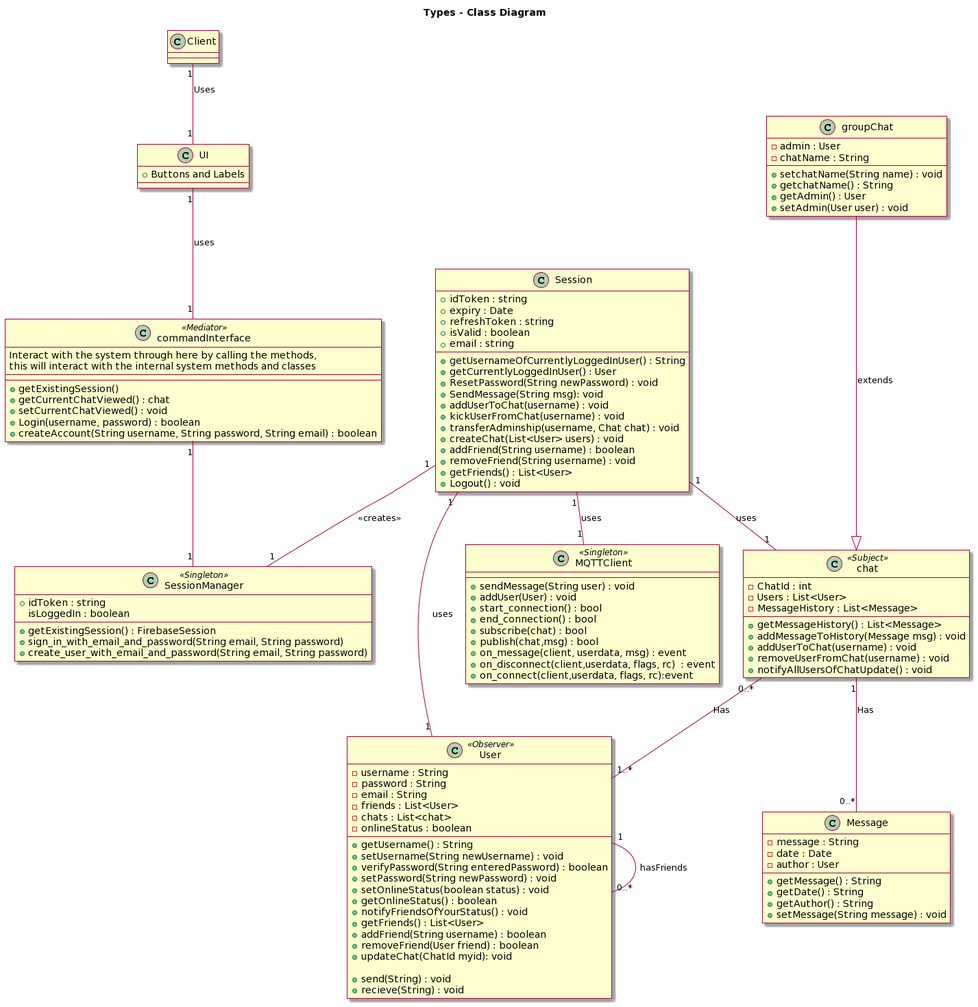
Above: diagrams/out/diagrams/class_diagram/class_diagram.png in UBCO-COSC-310-Winter-2022-T2/the-project-marbl (PlantUML), before the change.
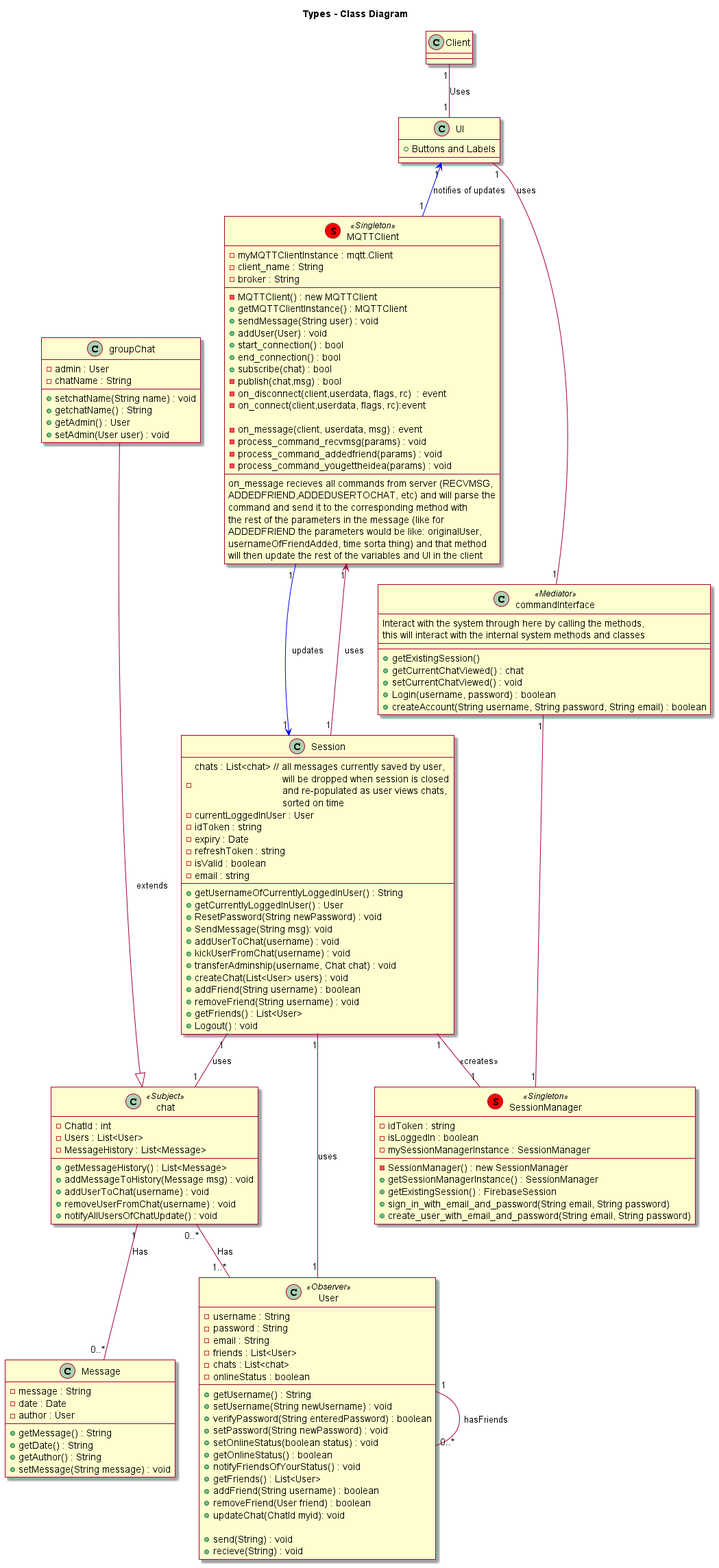
Above is the later version.

Commit message:
outputed new class diagram

What changed in the source:
```diff
@@ -44,18 +44,38 @@
 
 User "1"--"0..*" User : hasFriends
 
-Class MQTTClient <<Singleton>> {
+Class MQTTClient <<(S,red) Singleton>> {
+    -myMQTTClientInstance : mqtt.Client
+    -client_name : String
+    -broker : String
+    --
+    -MQTTClient() : new MQTTClient
+    +getMQTTClientInstance() : MQTTClient
     +sendMessage(String user) : void
     +addUser(User) : void
     +start_connection() : bool
     +end_connection() : bool
     +subscribe(chat) : bool
-    +publish(chat,msg) : bool
-    +on_message(client, userdata, msg) : event
-    +on_disconnect(client,userdata, flags, rc)  : event
-    +on_connect(client,userdata, flags, rc):event
+    -publish(chat,msg) : bool
+    -on_disconnect(client,userdata, flags, rc)  : event
+    -on_connect(client,userdata, flags, rc):event
+
+    -on_message(client, userdata, msg) : event
+    -process_command_recvmsg(params) : void
+    -process_command_addedfriend(params) : void
+    -process_command_yougettheidea(params) : void
+    --
+    on_message recieves all commands from server (RECVMSG,
+    ADDEDFRIEND,ADDEDUSERTOCHAT, etc) and will parse the
+    command and send it to the corresponding method with
+    the rest of the parameters in the message (like for
+    ADDEDFRIEND the parameters would be like: originalUser,
+     usernameOfFriendAdded, time sorta thing) and that method
+     will then update the rest of the variables and UI in the client
 }
 
+MQTTClient "1" -[#blue]-> "1" Session : updates
+UI "1" <-[#blue]- "1" MQTTClient : notifies of updates
 
 Class groupChat {
     -admin : User
@@ -103,11 +123,13 @@
 }
 
 class Session{
-    +idToken : string
-    +expiry : Date
-    +refreshToken : string
-    +isValid : boolean
-    +email : string
+    -chats : List<chat> // all messages currently saved by user, \n\t\t\t\twill be dropped when session is closed\n\t\t\t\tand re-populated as user views chats, \n\t\t\t\tsorted on time
+    -currentLoggedInUser : User
+    -idToken : string
+    -expiry : Date
+    -refreshToken : string
+    -isValid : boolean
+    -email : string
     +getUsernameOfCurrentlyLoggedInUser() : String
     +getCurrentlyLoggedInUser() : User
     +ResetPassword(String newPassword) : void
@@ -122,15 +144,19 @@
     +Logout() : void
 }
 
-class SessionManager <<Singleton>>{
-    +idToken : string
-    isLoggedIn : boolean
+class SessionManager <<(S,red) Singleton>>{
+    -idToken : string
+    -isLoggedIn : boolean
+    -mySessionManagerInstance : SessionManager
+    -SessionManager() : new SessionManager
+    +getSessionManagerInstance() : SessionManager
     +getExistingSession() : FirebaseSession
     +sign_in_with_email_and_password(String email, String password)
     +create_user_with_email_and_password(String email, String password)
 }
 
-Session "1" -- "1" MQTTClient : uses
+
+Session "1" --> "1" MQTTClient : uses
 Session "1" -- "1" SessionManager : <<creates>>
 UI "1" -- "1" commandInterface : uses
 commandInterface "1" -- "1" SessionManager
```
